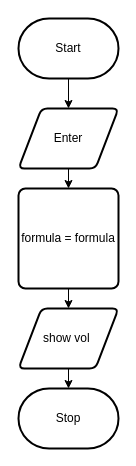
Before: design/flowchart.drawio in Johanna-liu16/ICS2O-Unit-3-04-HTML, a draw.io diagram. Source tidied: cells renumbered, new cells numbered last; positions are measured from the earlier drawing's top-left corner, leaving out a move shared by most shapes. Both pictures are drawn from the tidied source at 100%, with x=0, y=0 at pixel (18, 18).
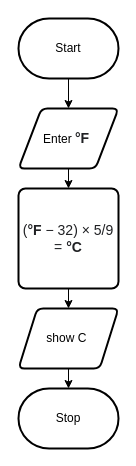
The same diagram, later.

Diff of the diagram source:
```diff
@@
 <mxGraphModel>
   <root>
     <mxCell id="0" />
     <mxCell id="1" parent="0" />
     <mxCell id="2" style="edgeStyle=none;html=1;exitX=0.5;exitY=1;exitDx=0;exitDy=0;exitPerimeter=0;entryX=0.5;entryY=0;entryDx=0;entryDy=0;" parent="1" edge="1" source="3" target="5">
       <mxGeometry relative="1" as="geometry" />
     </mxCell>
     <mxCell id="3" value="Start" style="strokeWidth=2;html=1;shape=mxgraph.flowchart.terminator;whiteSpace=wrap;" parent="1" vertex="1">
       <mxGeometry width="100" height="60" as="geometry" />
     </mxCell>
     <mxCell id="4" style="edgeStyle=none;html=1;exitX=0.5;exitY=1;exitDx=0;exitDy=0;" parent="1" edge="1" source="5" target="7">
       <mxGeometry relative="1" as="geometry" />
     </mxCell>
-    <mxCell id="5" value="Enter" style="shape=parallelogram;html=1;strokeWidth=2;perimeter=parallelogramPerimeter;whiteSpace=wrap;rounded=1;arcSize=12;size=0.23;" parent="1" vertex="1">
+    <mxCell id="5" value="Enter&amp;nbsp;&lt;b style=&quot;color: rgb(32 , 33 , 36) ; font-family: &amp;#34;arial&amp;#34; , sans-serif ; font-size: 14px ; text-align: left ; background-color: rgb(255 , 255 , 255)&quot;&gt;°F&lt;/b&gt;&lt;span style=&quot;color: rgb(32 , 33 , 36) ; font-family: &amp;#34;arial&amp;#34; , sans-serif ; font-size: 14px ; text-align: left ; background-color: rgb(255 , 255 , 255)&quot;&gt;&lt;b&gt;&amp;nbsp;&lt;/b&gt;&lt;/span&gt;" style="shape=parallelogram;html=1;strokeWidth=2;perimeter=parallelogramPerimeter;whiteSpace=wrap;rounded=1;arcSize=12;size=0.23;" parent="1" vertex="1">
       <mxGeometry y="90" width="100" height="60" as="geometry" />
     </mxCell>
     <mxCell id="6" style="edgeStyle=none;html=1;exitX=0.5;exitY=1;exitDx=0;exitDy=0;" parent="1" edge="1" source="7" target="9">
       <mxGeometry relative="1" as="geometry" />
     </mxCell>
-    <mxCell id="7" value="formula = formula" style="rounded=1;whiteSpace=wrap;html=1;absoluteArcSize=1;arcSize=14;strokeWidth=2;" parent="1" vertex="1">
+    <mxCell id="7" value="&lt;span style=&quot;color: rgb(32 , 33 , 36) ; font-family: &amp;#34;arial&amp;#34; , sans-serif ; font-size: 14px ; text-align: left ; background-color: rgb(255 , 255 , 255)&quot;&gt;(&lt;/span&gt;&lt;b style=&quot;color: rgb(32 , 33 , 36) ; font-family: &amp;#34;arial&amp;#34; , sans-serif ; font-size: 14px ; text-align: left ; background-color: rgb(255 , 255 , 255)&quot;&gt;°F&lt;/b&gt;&lt;span style=&quot;color: rgb(32 , 33 , 36) ; font-family: &amp;#34;arial&amp;#34; , sans-serif ; font-size: 14px ; text-align: left ; background-color: rgb(255 , 255 , 255)&quot;&gt;&lt;b&gt;&amp;nbsp;&lt;/b&gt;− 32) × 5/9 =&amp;nbsp;&lt;/span&gt;&lt;b style=&quot;color: rgb(32 , 33 , 36) ; font-family: &amp;#34;arial&amp;#34; , sans-serif ; font-size: 14px ; text-align: left ; background-color: rgb(255 , 255 , 255)&quot;&gt;°C&lt;/b&gt;" style="rounded=1;whiteSpace=wrap;html=1;absoluteArcSize=1;arcSize=14;strokeWidth=2;" parent="1" vertex="1">
       <mxGeometry y="170" width="100" height="100" as="geometry" />
     </mxCell>
     <mxCell id="8" style="edgeStyle=none;html=1;exitX=0.5;exitY=1;exitDx=0;exitDy=0;entryX=0.5;entryY=0;entryDx=0;entryDy=0;entryPerimeter=0;" parent="1" edge="1" source="9" target="10">
       <mxGeometry relative="1" as="geometry" />
     </mxCell>
-    <mxCell id="9" value="show vol&amp;nbsp;" style="shape=parallelogram;html=1;strokeWidth=2;perimeter=parallelogramPerimeter;whiteSpace=wrap;rounded=1;arcSize=12;size=0.23;" parent="1" vertex="1">
+    <mxCell id="9" value="show C&amp;nbsp;" style="shape=parallelogram;html=1;strokeWidth=2;perimeter=parallelogramPerimeter;whiteSpace=wrap;rounded=1;arcSize=12;size=0.1875;" parent="1" vertex="1">
       <mxGeometry y="290" width="100" height="60" as="geometry" />
     </mxCell>
     <mxCell id="10" value="Stop" style="strokeWidth=2;html=1;shape=mxgraph.flowchart.terminator;whiteSpace=wrap;" parent="1" vertex="1">
       <mxGeometry y="370" width="100" height="60" as="geometry" />
     </mxCell>
   </root>
 </mxGraphModel>
```
